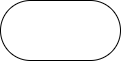
Before: lesson1/ex04/ex4.drawio.png, a diagram exported from draw.io (AlexandrZimakov/HomeWork_1). Source tidied: cells renumbered, new cells last; positions are measured from the earlier drawing's top-left corner, leaving out a move shared by most shapes.
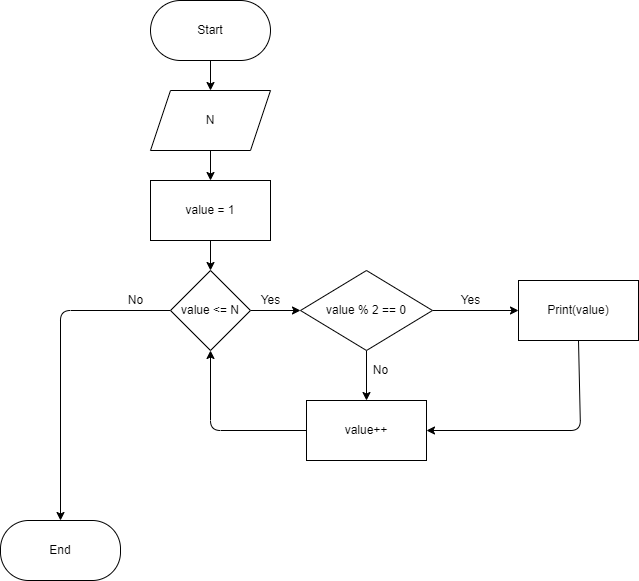
Above is the later version.

Diff of the diagram source:
```diff
@@ -2,8 +2,80 @@
   <root>
     <mxCell id="0" />
     <mxCell id="1" parent="0" />
+    <mxCell id="3" style="edgeStyle=none;html=1;exitX=0.5;exitY=1;exitDx=0;exitDy=0;entryX=0.5;entryY=0;entryDx=0;entryDy=0;" parent="1" edge="1" source="2" target="5">
+      <mxGeometry relative="1" as="geometry" />
+    </mxCell>
-    <mxCell id="2" style="rounded=1;whiteSpace=wrap;html=1;arcSize=50;" parent="1" vertex="1">
+    <mxCell id="2" value="Start" style="rounded=1;whiteSpace=wrap;html=1;arcSize=50;" parent="1" vertex="1">
       <mxGeometry width="120" height="60" as="geometry" />
     </mxCell>
+    <mxCell id="4" style="edgeStyle=none;html=1;" parent="1" edge="1" source="5" target="7">
+      <mxGeometry relative="1" as="geometry" />
+    </mxCell>
+    <mxCell id="5" value="N" style="shape=parallelogram;perimeter=parallelogramPerimeter;whiteSpace=wrap;html=1;fixedSize=1;" parent="1" vertex="1">
+      <mxGeometry y="90" width="120" height="60" as="geometry" />
+    </mxCell>
+    <mxCell id="6" style="edgeStyle=none;html=1;" parent="1" edge="1" source="7" target="10">
+      <mxGeometry relative="1" as="geometry" />
+    </mxCell>
+    <mxCell id="7" value="value = 1" style="whiteSpace=wrap;html=1;" parent="1" vertex="1">
+      <mxGeometry y="180" width="120" height="60" as="geometry" />
+    </mxCell>
+    <mxCell id="8" style="edgeStyle=none;html=1;" parent="1" edge="1" source="10" target="11">
+      <mxGeometry relative="1" as="geometry">
+        <Array as="points">
+          <mxPoint x="-90" y="310" />
+        </Array>
+      </mxGeometry>
+    </mxCell>
+    <mxCell id="9" style="edgeStyle=none;html=1;" parent="1" edge="1" source="10" target="14">
+      <mxGeometry relative="1" as="geometry" />
+    </mxCell>
+    <mxCell id="10" value="value &amp;lt;= N" style="rhombus;whiteSpace=wrap;html=1;" parent="1" vertex="1">
+      <mxGeometry x="20" y="270" width="80" height="80" as="geometry" />
+    </mxCell>
+    <mxCell id="11" value="End" style="rounded=1;whiteSpace=wrap;html=1;arcSize=47;" parent="1" vertex="1">
+      <mxGeometry x="-150" y="520" width="120" height="60" as="geometry" />
+    </mxCell>
+    <mxCell id="12" style="edgeStyle=none;html=1;exitX=0.5;exitY=1;exitDx=0;exitDy=0;entryX=0.5;entryY=0;entryDx=0;entryDy=0;" parent="1" edge="1" source="14" target="16">
+      <mxGeometry relative="1" as="geometry" />
+    </mxCell>
+    <mxCell id="13" style="edgeStyle=none;html=1;" parent="1" edge="1" source="14" target="21">
+      <mxGeometry relative="1" as="geometry" />
+    </mxCell>
+    <mxCell id="14" value="value % 2 == 0" style="rhombus;whiteSpace=wrap;html=1;" parent="1" vertex="1">
+      <mxGeometry x="150" y="270" width="132" height="80" as="geometry" />
+    </mxCell>
+    <mxCell id="15" style="edgeStyle=none;html=1;exitX=0;exitY=0.5;exitDx=0;exitDy=0;entryX=0.5;entryY=1;entryDx=0;entryDy=0;" parent="1" edge="1" source="16" target="10">
+      <mxGeometry relative="1" as="geometry">
+        <Array as="points">
+          <mxPoint x="60" y="430" />
+        </Array>
+      </mxGeometry>
+    </mxCell>
+    <mxCell id="16" value="value++" style="whiteSpace=wrap;html=1;" parent="1" vertex="1">
+      <mxGeometry x="156" y="400" width="120" height="60" as="geometry" />
+    </mxCell>
+    <mxCell id="17" value="No" style="text;html=1;align=center;verticalAlign=middle;strokeColor=none;fillColor=none;" parent="1" vertex="1">
+      <mxGeometry x="-30" y="290" width="30" height="20" as="geometry" />
+    </mxCell>
+    <mxCell id="18" value="Yes" style="text;html=1;align=center;verticalAlign=middle;strokeColor=none;fillColor=none;" parent="1" vertex="1">
+      <mxGeometry x="100" y="290" width="40" height="20" as="geometry" />
+    </mxCell>
+    <mxCell id="19" value="No" style="text;html=1;align=center;verticalAlign=middle;strokeColor=none;fillColor=none;" parent="1" vertex="1">
+      <mxGeometry x="215" y="360" width="30" height="20" as="geometry" />
+    </mxCell>
+    <mxCell id="20" style="edgeStyle=none;html=1;exitX=0.5;exitY=1;exitDx=0;exitDy=0;entryX=1;entryY=0.5;entryDx=0;entryDy=0;" parent="1" edge="1" source="21" target="16">
+      <mxGeometry relative="1" as="geometry">
+        <Array as="points">
+          <mxPoint x="430" y="430" />
+        </Array>
+      </mxGeometry>
+    </mxCell>
+    <mxCell id="21" value="Print(value)" style="whiteSpace=wrap;html=1;" parent="1" vertex="1">
+      <mxGeometry x="368" y="280" width="120" height="60" as="geometry" />
+    </mxCell>
+    <mxCell id="22" value="Yes" style="text;html=1;align=center;verticalAlign=middle;strokeColor=none;fillColor=none;" parent="1" vertex="1">
+      <mxGeometry x="300" y="290" width="40" height="20" as="geometry" />
+    </mxCell>
   </root>
 </mxGraphModel>
```
